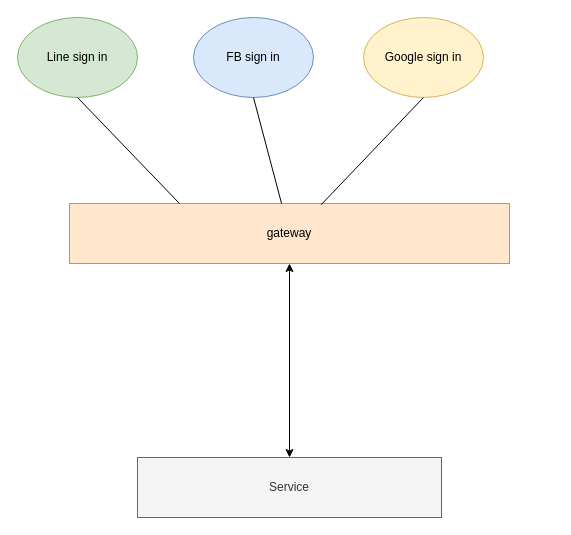
way11229/signIn keeps this draw.io diagram as signIn.drawio. Above is the earlier version. Source tidied: cells renumbered, new cells numbered last; positions are measured from the earlier drawing's top-left corner, leaving out a move shared by most shapes. Both pictures are drawn from the tidied source at 100%, with x=0, y=0 at pixel (17, 17).
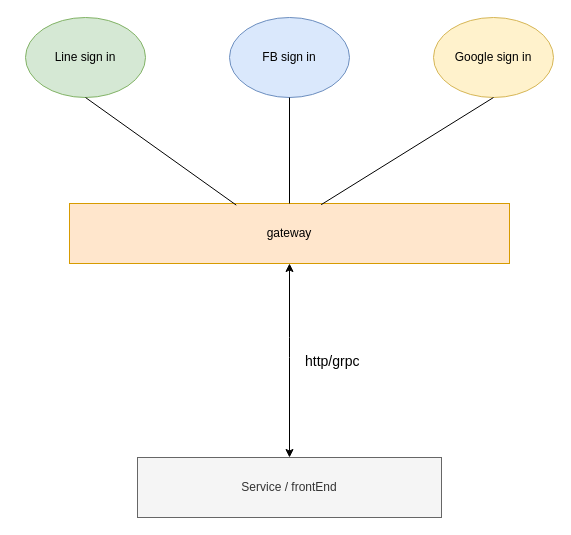
The same diagram, later.

What changed in the source:
```diff
@@
 <mxGraphModel>
   <root>
     <mxCell id="0" />
     <mxCell id="1" parent="0" />
-    <mxCell id="2" value="gateway" style="rounded=0;whiteSpace=wrap;html=1;fillColor=#ffe6cc;strokeColor=#d79b00;" parent="1" vertex="1">
+    <mxCell id="2" value="&lt;font color=&quot;#000000&quot;&gt;gateway&lt;/font&gt;" style="rounded=0;whiteSpace=wrap;html=1;fillColor=#ffe6cc;strokeColor=#d79b00;" parent="1" vertex="1">
       <mxGeometry x="52" y="186" width="440" height="60" as="geometry" />
     </mxCell>
-    <mxCell id="3" value="Line sign in" style="ellipse;whiteSpace=wrap;html=1;fillColor=#d5e8d4;strokeColor=#82b366;" parent="1" vertex="1">
-      <mxGeometry width="120" height="80" as="geometry" />
+    <mxCell id="3" value="&lt;font color=&quot;#000000&quot;&gt;Line sign in&lt;/font&gt;" style="ellipse;whiteSpace=wrap;html=1;fillColor=#d5e8d4;strokeColor=#82b366;" parent="1" vertex="1">
+      <mxGeometry x="8" width="120" height="80" as="geometry" />
     </mxCell>
-    <mxCell id="4" value="FB sign in" style="ellipse;whiteSpace=wrap;html=1;fillColor=#dae8fc;strokeColor=#6c8ebf;" parent="1" vertex="1">
-      <mxGeometry x="176" width="120" height="80" as="geometry" />
+    <mxCell id="4" value="&lt;font color=&quot;#000000&quot;&gt;FB sign in&lt;/font&gt;" style="ellipse;whiteSpace=wrap;html=1;fillColor=#dae8fc;strokeColor=#6c8ebf;" parent="1" vertex="1">
+      <mxGeometry x="212" width="120" height="80" as="geometry" />
     </mxCell>
-    <mxCell id="5" value="Google sign in" style="ellipse;whiteSpace=wrap;html=1;fillColor=#fff2cc;strokeColor=#d6b656;" parent="1" vertex="1">
-      <mxGeometry x="346" width="120" height="80" as="geometry" />
+    <mxCell id="5" value="&lt;font color=&quot;#000000&quot;&gt;Google sign in&lt;/font&gt;" style="ellipse;whiteSpace=wrap;html=1;fillColor=#fff2cc;strokeColor=#d6b656;" parent="1" vertex="1">
+      <mxGeometry x="416" width="120" height="80" as="geometry" />
     </mxCell>
-    <mxCell id="6" style="endArrow=none;html=1;exitX=0.25;exitY=0;exitDx=0;exitDy=0;entryX=0.5;entryY=1;entryDx=0;entryDy=0;" parent="1" edge="1" source="2" target="3">
+    <mxCell id="6" style="endArrow=none;html=1;exitX=0.379;exitY=0.027;exitDx=0;exitDy=0;entryX=0.5;entryY=1;entryDx=0;entryDy=0;exitPerimeter=0;" parent="1" edge="1" source="2" target="3">
       <mxGeometry relative="1" as="geometry" />
     </mxCell>
     <mxCell id="7" style="endArrow=none;html=1;entryX=0.5;entryY=1;entryDx=0;entryDy=0;" parent="1" edge="1" source="2" target="4">
       <mxGeometry relative="1" as="geometry" />
     </mxCell>
     <mxCell id="8" style="endArrow=none;html=1;entryX=0.5;entryY=1;entryDx=0;entryDy=0;exitX=0.572;exitY=0.02;exitDx=0;exitDy=0;exitPerimeter=0;" parent="1" edge="1" source="2" target="5">
       <mxGeometry relative="1" as="geometry" />
     </mxCell>
-    <mxCell id="9" value="Service" style="rounded=0;whiteSpace=wrap;html=1;fillColor=#f5f5f5;strokeColor=#666666;fontColor=#333333;" parent="1" vertex="1">
+    <mxCell id="9" value="Service / frontEnd" style="rounded=0;whiteSpace=wrap;html=1;fillColor=#f5f5f5;strokeColor=#666666;fontColor=#333333;" parent="1" vertex="1">
       <mxGeometry x="120" y="440" width="304" height="60" as="geometry" />
     </mxCell>
     <mxCell id="10" style="endArrow=classic;startArrow=classic;html=1;entryX=0.5;entryY=1;entryDx=0;entryDy=0;exitX=0.5;exitY=0;exitDx=0;exitDy=0;" parent="1" edge="1" source="9" target="2">
-      <mxGeometry relative="1" as="geometry" />
+      <mxGeometry relative="1" as="geometry">
+        <Array as="points">
+          <mxPoint x="272" y="330" />
+        </Array>
+      </mxGeometry>
     </mxCell>
+    <mxCell id="11" value="http/grpc" style="text;html=1;align=left;verticalAlign=top;spacingTop=-4;fontSize=14;" parent="1" vertex="1">
+      <mxGeometry x="286" y="333" width="60" height="20" as="geometry" />
+    </mxCell>
   </root>
 </mxGraphModel>
```
